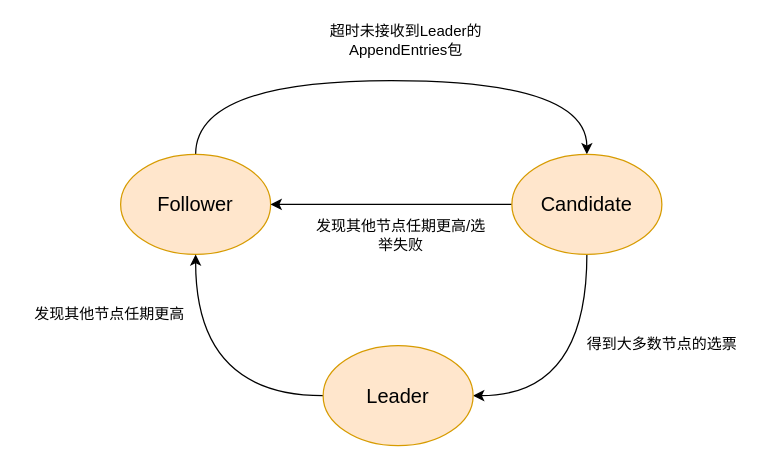
The draw.io diagram MIT6.824_Lab_note/Lab2.drawio in huangyachao/drawio, before the edit. Source tidied: cells renumbered, new cells numbered last; positions are measured from the earlier drawing's top-left corner, leaving out a move shared by most shapes. Both pictures are drawn from the tidied source at 125%, with x=0, y=0 at pixel (21, 21).
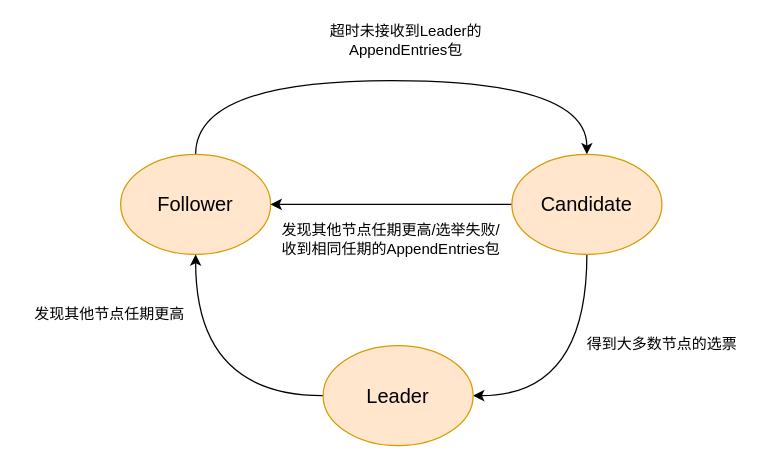
The same page after the edit.

The edit, as a diff of the source:
```diff
@@
 <mxGraphModel>
   <root>
     <mxCell id="0" />
     <mxCell id="1" parent="0" />
     <mxCell id="2" style="edgeStyle=orthogonalEdgeStyle;curved=1;rounded=0;jettySize=auto;html=1;exitX=0.5;exitY=0;exitDx=0;exitDy=0;entryX=0.5;entryY=0;entryDx=0;entryDy=0;" parent="1" edge="1" source="3" target="6">
       <mxGeometry relative="1" as="geometry">
         <Array as="points">
           <mxPoint x="139" y="47" />
           <mxPoint x="452" y="47" />
         </Array>
       </mxGeometry>
     </mxCell>
     <mxCell id="3" value="Follower" style="ellipse;fillColor=#ffe6cc;strokeColor=#d79b00;fontColor=default;whiteSpace=wrap;fontSize=16;" parent="1" vertex="1">
       <mxGeometry x="79" y="106" width="120" height="80" as="geometry" />
     </mxCell>
     <mxCell id="4" style="edgeStyle=orthogonalEdgeStyle;curved=1;rounded=0;jettySize=auto;html=1;exitX=0;exitY=0.5;exitDx=0;exitDy=0;entryX=1;entryY=0.5;entryDx=0;entryDy=0;" parent="1" edge="1" source="6" target="3">
       <mxGeometry relative="1" as="geometry" />
     </mxCell>
     <mxCell id="5" style="edgeStyle=orthogonalEdgeStyle;curved=1;rounded=0;jettySize=auto;html=1;exitX=0.5;exitY=1;exitDx=0;exitDy=0;entryX=1;entryY=0.5;entryDx=0;entryDy=0;" parent="1" edge="1" source="6" target="8">
       <mxGeometry relative="1" as="geometry" />
     </mxCell>
     <mxCell id="6" value="Candidate" style="ellipse;fillColor=#ffe6cc;strokeColor=#d79b00;fontColor=default;whiteSpace=wrap;fontSize=16;" parent="1" vertex="1">
       <mxGeometry x="392" y="106" width="120" height="80" as="geometry" />
     </mxCell>
     <mxCell id="7" style="edgeStyle=orthogonalEdgeStyle;curved=1;rounded=0;jettySize=auto;html=1;exitX=0;exitY=0.5;exitDx=0;exitDy=0;entryX=0.5;entryY=1;entryDx=0;entryDy=0;" parent="1" edge="1" source="8" target="3">
       <mxGeometry relative="1" as="geometry" />
     </mxCell>
     <mxCell id="8" value="Leader" style="ellipse;fillColor=#ffe6cc;strokeColor=#d79b00;fontColor=default;whiteSpace=wrap;fontSize=16;" parent="1" vertex="1">
       <mxGeometry x="241" y="259" width="120" height="80" as="geometry" />
     </mxCell>
     <mxCell id="9" value="超时未接收到Leader的AppendEntries包" style="text;html=1;strokeColor=none;fillColor=none;align=center;verticalAlign=middle;whiteSpace=wrap;rounded=0;" parent="1" vertex="1">
       <mxGeometry x="237" width="141" height="30" as="geometry" />
     </mxCell>
-    <mxCell id="10" value="发现其他节点任期更高/选举失败" style="text;html=1;strokeColor=none;fillColor=none;align=center;verticalAlign=middle;whiteSpace=wrap;rounded=0;" parent="1" vertex="1">
-      <mxGeometry x="233" y="156" width="141" height="30" as="geometry" />
+    <mxCell id="10" value="发现其他节点任期更高/选举失败/收到相同任期的AppendEntries包" style="text;html=1;strokeColor=none;fillColor=none;align=center;verticalAlign=middle;whiteSpace=wrap;rounded=0;" parent="1" vertex="1">
+      <mxGeometry x="202" y="159" width="187" height="30" as="geometry" />
     </mxCell>
     <mxCell id="11" value="发现其他节点任期更高" style="text;html=1;strokeColor=none;fillColor=none;align=center;verticalAlign=middle;whiteSpace=wrap;rounded=0;" parent="1" vertex="1">
       <mxGeometry y="219" width="141" height="30" as="geometry" />
     </mxCell>
     <mxCell id="12" value="得到大多数节点的选票" style="text;html=1;strokeColor=none;fillColor=none;align=center;verticalAlign=middle;whiteSpace=wrap;rounded=0;" parent="1" vertex="1">
       <mxGeometry x="442" y="243" width="141" height="30" as="geometry" />
     </mxCell>
   </root>
 </mxGraphModel>
```
